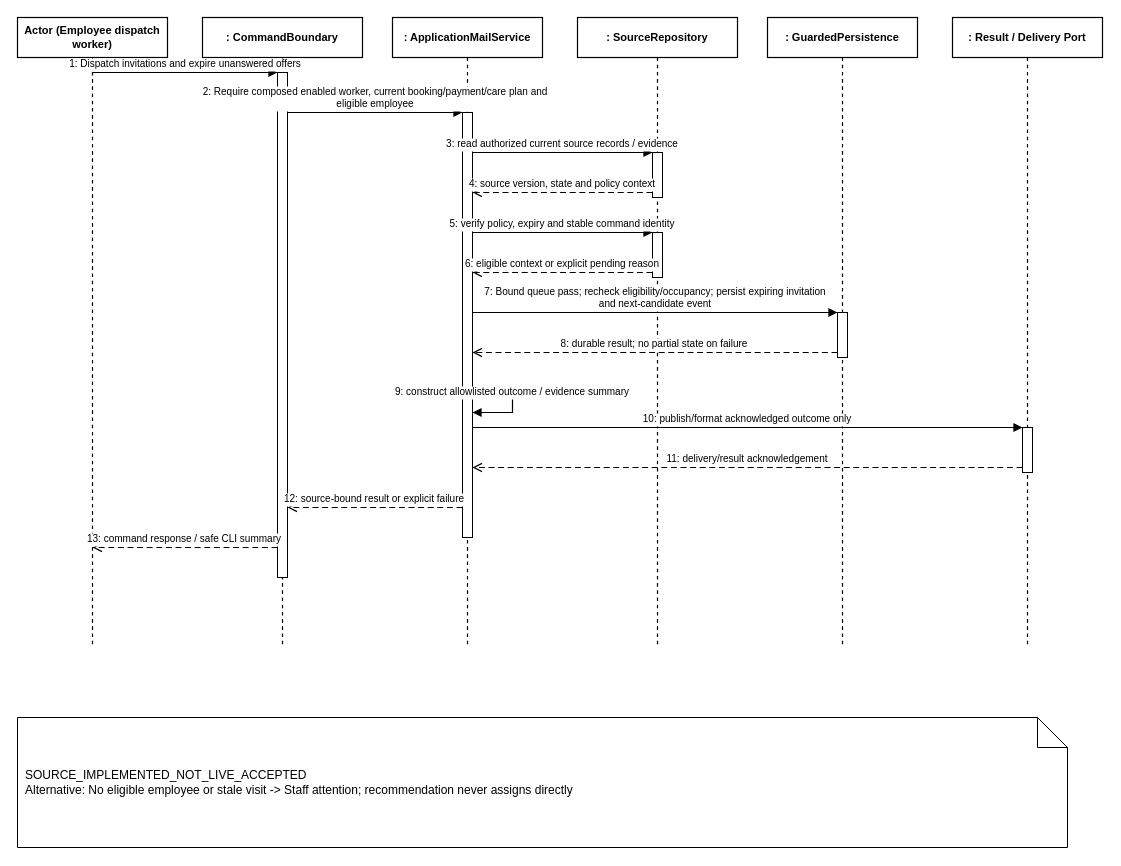
The draw.io diagram doc/reports/report4/sequence/job-02.drawio in ngocthanhhx7/SEP490_G101_FALL2026, before the edit. Source tidied: cells renumbered, new cells numbered last; positions are measured from the earlier drawing's top-left corner, leaving out a move shared by most shapes. Both pictures are drawn from the tidied source at 100%, with x=0, y=0 at pixel (17, 17).
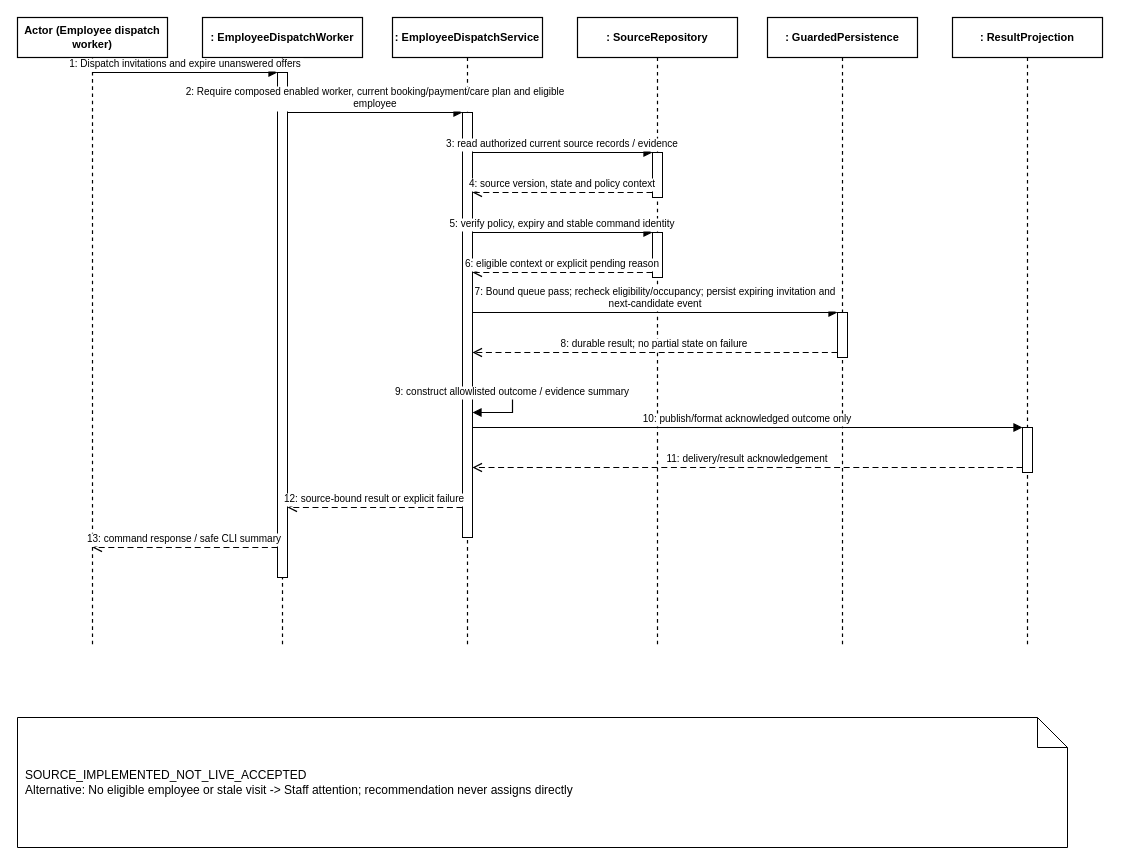
After the change.

Change to the diagram source:
```diff
@@
-    <mxCell id="3" value=": CommandBoundary" style="shape=umlLifeline;perimeter=lifelinePerimeter;whiteSpace=wrap;html=0;size=40;fillColor=#FFFFFF;strokeColor=#000000;strokeWidth=1.2;fontStyle=1;fontSize=11;align=center;" parent="1" vertex="1">
+    <mxCell id="3" value=": EmployeeDispatchWorker" style="shape=umlLifeline;perimeter=lifelinePerimeter;whiteSpace=wrap;html=0;size=40;fillColor=#FFFFFF;strokeColor=#000000;strokeWidth=1.2;fontStyle=1;fontSize=11;align=center;" parent="1" vertex="1">
       <mxGeometry x="185" width="160" height="630" as="geometry" />
     </mxCell>
-    <mxCell id="4" value=": ApplicationMailService" style="shape=umlLifeline;perimeter=lifelinePerimeter;whiteSpace=wrap;html=0;size=40;fillColor=#FFFFFF;strokeColor=#000000;strokeWidth=1.2;fontStyle=1;fontSize=11;align=center;" parent="1" vertex="1">
+    <mxCell id="4" value=": EmployeeDispatchService" style="shape=umlLifeline;perimeter=lifelinePerimeter;whiteSpace=wrap;html=0;size=40;fillColor=#FFFFFF;strokeColor=#000000;strokeWidth=1.2;fontStyle=1;fontSize=11;align=center;" parent="1" vertex="1">
       <mxGeometry x="375" width="150" height="630" as="geometry" />
     </mxCell>
@@
-    <mxCell id="7" value=": Result / Delivery Port" style="shape=umlLifeline;perimeter=lifelinePerimeter;whiteSpace=wrap;html=0;size=40;fillColor=#FFFFFF;strokeColor=#000000;strokeWidth=1.2;fontStyle=1;fontSize=11;align=center;" parent="1" vertex="1">
+    <mxCell id="7" value=": ResultProjection" style="shape=umlLifeline;perimeter=lifelinePerimeter;whiteSpace=wrap;html=0;size=40;fillColor=#FFFFFF;strokeColor=#000000;strokeWidth=1.2;fontStyle=1;fontSize=11;align=center;" parent="1" vertex="1">
       <mxGeometry x="935" width="150" height="630" as="geometry" />
     </mxCell>
@@
-    <mxCell id="15" value="2: Require composed enabled worker, current booking/payment/care plan and&#10;eligible employee" style="html=0;verticalAlign=bottom;endArrow=block;endFill=1;strokeColor=#000000;strokeWidth=1.2;fontSize=10;fontColor=#000000;edgeStyle=orthogonalEdgeStyle;rounded=0;" parent="1" edge="1">
+    <mxCell id="15" value="2: Require composed enabled worker, current booking/payment/care plan and eligible&#10;employee" style="html=0;verticalAlign=bottom;endArrow=block;endFill=1;strokeColor=#000000;strokeWidth=1.2;fontSize=10;fontColor=#000000;edgeStyle=orthogonalEdgeStyle;rounded=0;" parent="1" edge="1">
       <mxGeometry relative="1" as="geometry">
         <mxPoint x="270" y="95" as="sourcePoint" />
         <mxPoint x="445" y="95" as="targetPoint" />
       </mxGeometry>
     </mxCell>
@@
-    <mxCell id="20" value="7: Bound queue pass; recheck eligibility/occupancy; persist expiring invitation&#10;and next-candidate event" style="html=0;verticalAlign=bottom;endArrow=block;endFill=1;strokeColor=#000000;strokeWidth=1.2;fontSize=10;fontColor=#000000;edgeStyle=orthogonalEdgeStyle;rounded=0;" parent="1" edge="1">
+    <mxCell id="20" value="7: Bound queue pass; recheck eligibility/occupancy; persist expiring invitation and&#10;next-candidate event" style="html=0;verticalAlign=bottom;endArrow=block;endFill=1;strokeColor=#000000;strokeWidth=1.2;fontSize=10;fontColor=#000000;edgeStyle=orthogonalEdgeStyle;rounded=0;" parent="1" edge="1">
       <mxGeometry relative="1" as="geometry">
         <mxPoint x="455" y="295" as="sourcePoint" />
         <mxPoint x="820" y="295" as="targetPoint" />
       </mxGeometry>
     </mxCell>
```
